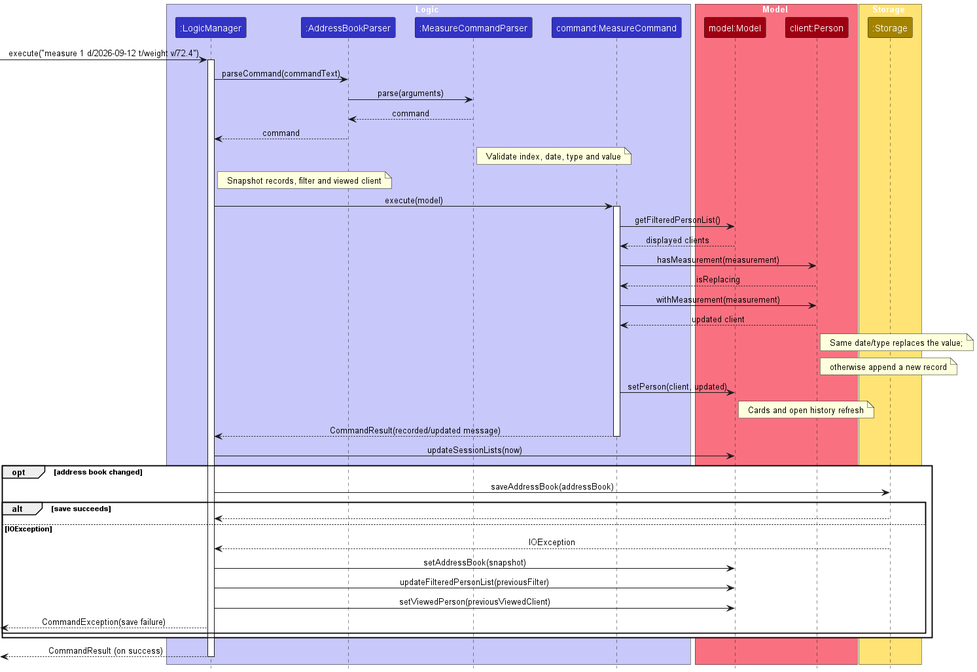
The PlantUML diagram images/diagrams/MeasureSequenceDiagram.png in AY2627S1-CS2103T-F14a-2/tp, before a commit. Its source is kept beside it as diagrams/MeasureSequenceDiagram.puml.
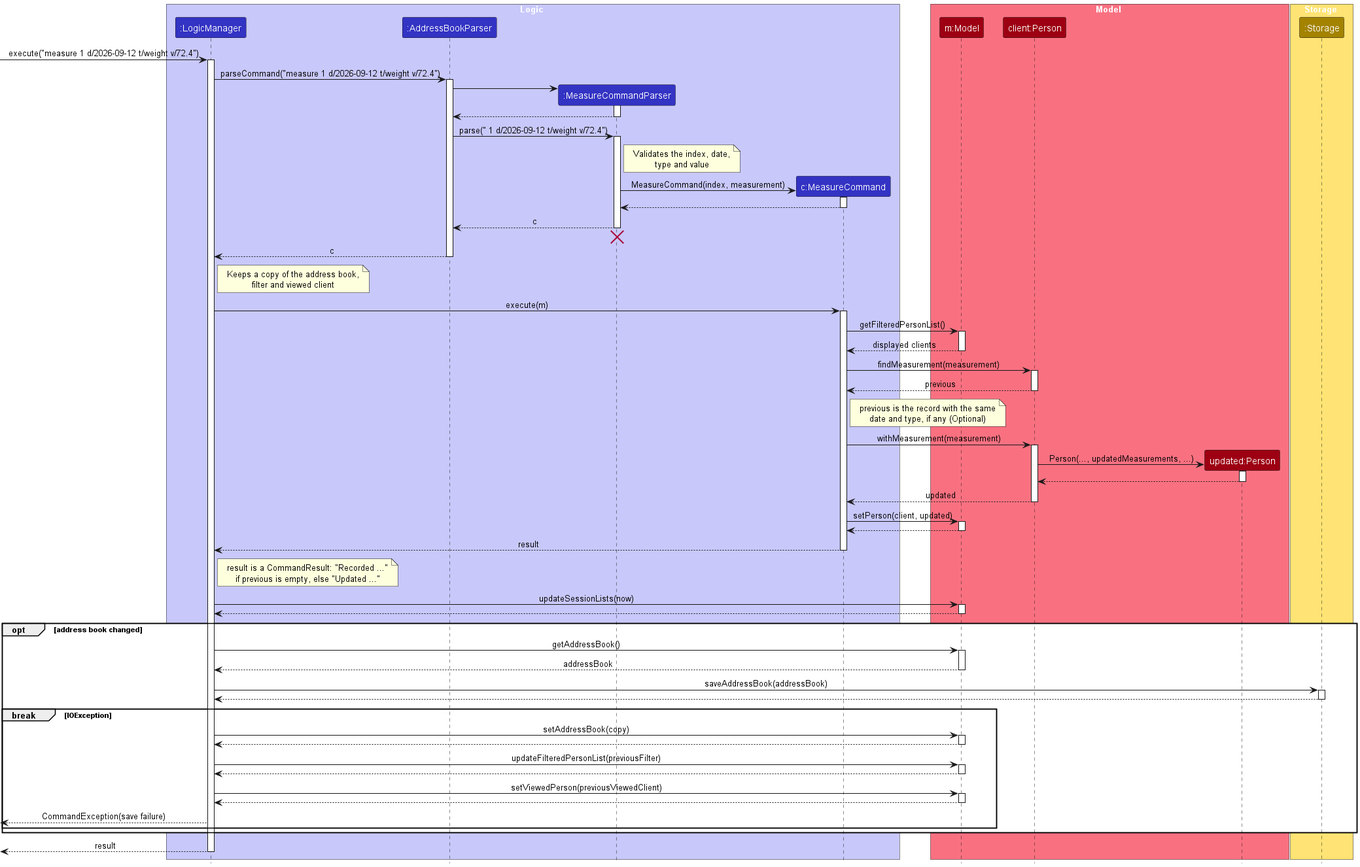
Later version of the same file.

Diff of the diagram source:
```diff
@@ -36,6 +36,8 @@
 deactivate Command
 MeasureParser --> Parser : c
 deactivate MeasureParser
+MeasureParser -[hidden]-> Parser
+destroy MeasureParser
 Parser --> Logic : c
 deactivate Parser
 note right of Logic : Keeps a copy of the address book,\nfilter and viewed client
@@ -77,8 +79,9 @@
 deactivate Model
 Logic -> Storage : saveAddressBook(addressBook)
 activate Storage
+Storage --> Logic
+deactivate Storage
 break IOException
-Storage --> Logic : IOException
 Logic -> Model : setAddressBook(copy)
 activate Model
 Model --> Logic
@@ -93,8 +96,6 @@
 deactivate Model
 [<-- Logic : CommandException(save failure)
 end
-Storage --> Logic
-deactivate Storage
 end
 [<-- Logic : result
 deactivate Logic
```
